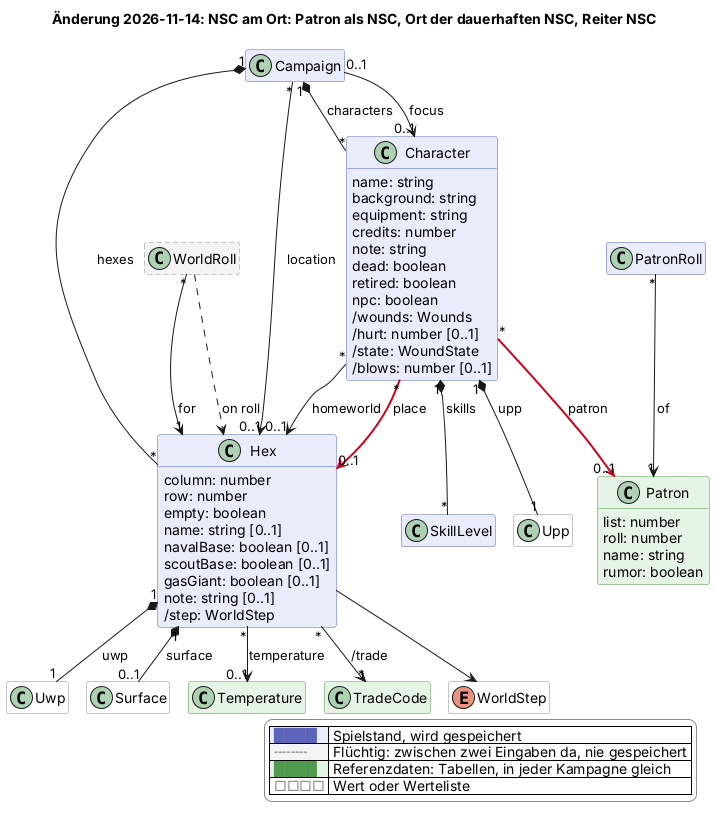
Before: docs/changes/2026-11-14-nsc-am-ort.png, a diagram exported from PlantUML (scuzzar/SRE). The source it was exported from:
```plantuml
@startuml
!$change = "2026-11-14"
!if %not(%variable_exists("$change"))
!$change = "*"
!endif
!function $marked($c)
!return $change == "*" || $change == $c
!endfunction
!function $new($c, $t)
!if $marked($c)
!return "<color:#d0021b><b>" + $t + "</b></color>"
!endif
!return $t
!endfunction
!procedure $gone($c, $t)
!if $marked($c)
<color:#d0021b><s>$t</s></color>
!endif
!endprocedure
!function $newClass($c)
!if $marked($c)
!return "#line:d0021b;line.bold"
!endif
!return ""
!endfunction
!function $newArrow($c)
!if $marked($c)
!return "[#d0021b,bold]"
!endif
!return ""
!endfunction
!function $goneArrow($c)
!if $marked($c)
!return "[#d0021b,dashed]"
!endif
!return ""
!endfunction
!pragma layout smetana
title Änderung 2026-11-14: NSC am Ort: Patron als NSC, Ort der dauerhaften NSC, Reiter NSC
hide empty members
hide methods
skinparam classAttributeIconSize 0
skinparam shadowing false
skinparam packageStyle rectangle
skinparam class {
  BackgroundColor #e8ecfb
  BorderColor #5b64b8
  BackgroundColor<<transient>> #f4f4f4
  BorderColor<<transient>> #8a8a8a
  BackgroundColor<<reference>> #e6f4e6
  BorderColor<<reference>> #4f9a4f
  BackgroundColor<<value>> #ffffff
  BorderColor<<value>> #8a8a8a
}
skinparam legendBackgroundColor #ffffff
skinparam legendBorderColor #8a8a8a
<style>
classDiagram {
  class {
    .transient {
      LineStyle 5-3
    }
  }
}
</style>
hide <<transient>> stereotype
hide <<reference>> stereotype
hide <<value>> stereotype

  class Campaign $kampagne
  class Character $charakter {
    name: string
    background: string
    equipment: string
    credits: number
    note: string
    dead: boolean
    retired: boolean
    npc: boolean
    /wounds: Wounds
    /hurt: number [0..1]
    /state: WoundState
    /blows: number [0..1]
  }
  class Upp <<value>> $charakter
  class SkillLevel $charakter


  class Hex $sektor {
    column: number
    row: number
    empty: boolean
    name: string [0..1]
    navalBase: boolean [0..1]
    scoutBase: boolean [0..1]
    gasGiant: boolean [0..1]
    note: string [0..1]
    /step: WorldStep
  }
  class Uwp <<value>> $sektor
  class WorldRoll <<transient>> $sektor

  class PatronRoll $begegnung


  class Patron <<reference>> $begegnung {
    list: number
    roll: number
    name: string
    rumor: boolean
  }

  class Surface <<value>> $sektor
  class Temperature <<reference>> $sektor
  class TradeCode <<reference>> $sektor
  enum WorldStep <<value>> $sektor

Campaign "1" *-- "*" Character : characters
Campaign "0..1" --> "0..1" Character : focus
Campaign "*" --> "0..1" Hex : location


Character "*" --> "0..1" Hex : homeworld
Character "*" -$newArrow("2026-11-14")-> "0..1" Hex : place
Character "*" -$newArrow("2026-11-14")-> "0..1" Patron : patron


Campaign "1" *-- "*" Hex : hexes
Hex "1" *-- "1" Uwp : uwp
Hex --> WorldStep
WorldRoll "*" --> "1" Hex : for
WorldRoll ..> Hex : on roll
Hex "*" --> "*" TradeCode : /trade
Hex "*" --> "0..1" Temperature : temperature
Hex "1" *-- "0..1" Surface : surface

Character "1" *-- "1" Upp : upp
Character "1" *-- "*" SkillLevel : skills


PatronRoll "*" --> "1" Patron : of






legend right
  |<#e8ecfb> <color:#5b64b8>████</color> | Spielstand, wird gespeichert |
  |<#f4f4f4> <color:#8a8a8a>╌╌╌╌</color> | Flüchtig: zwischen zwei Eingaben da, nie gespeichert |
  |<#e6f4e6> <color:#4f9a4f>████</color> | Referenzdaten: Tabellen, in jeder Kampagne gleich |
  |<#ffffff> <color:#8a8a8a>□□□□</color> | Wert oder Werteliste |
endlegend
@enduml
```
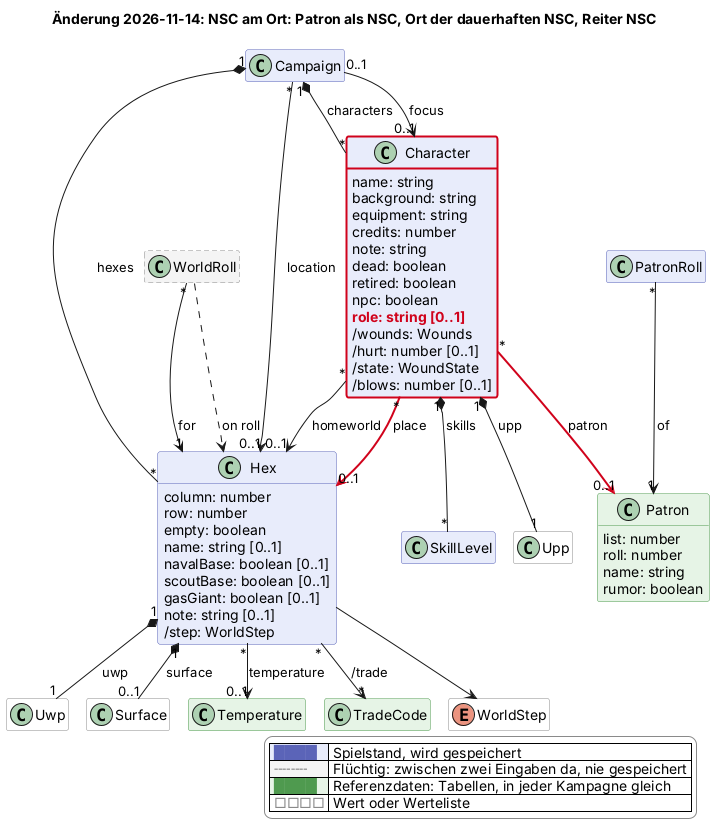
Later version of the same file.

Change to the diagram source:
```diff
@@ -77,6 +77,7 @@
     dead: boolean
     retired: boolean
     npc: boolean
+    $new("2026-11-14", "role: string [0..1]")
     /wounds: Wounds
     /hurt: number [0..1]
     /state: WoundState
@@ -151,4 +152,5 @@
   |<#e6f4e6> <color:#4f9a4f>████</color> | Referenzdaten: Tabellen, in jeder Kampagne gleich |
   |<#ffffff> <color:#8a8a8a>□□□□</color> | Wert oder Werteliste |
 endlegend
+class Character #line:d0021b;line.bold
 @enduml
```
